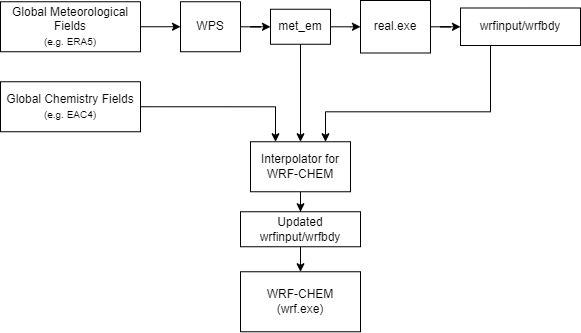
Before: workflow.drawio.png, a diagram exported from draw.io (NOA-ReACT/interpolator_for_wrfchem). Source tidied: cells renumbered, new cells last; positions are measured from the earlier drawing's top-left corner, leaving out a move shared by most shapes.
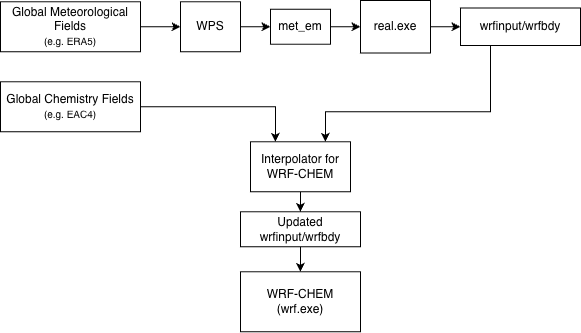
After the commit.

Commit message:
Update README to remove references to met_em

Diff of the diagram source:
```diff
@@ -23,9 +23,6 @@
     <mxCell id="8" style="edgeStyle=orthogonalEdgeStyle;rounded=0;jettySize=auto;html=1;" parent="1" edge="1" source="10" target="12">
       <mxGeometry relative="1" as="geometry" />
     </mxCell>
-    <mxCell id="9" style="edgeStyle=orthogonalEdgeStyle;rounded=0;jettySize=auto;html=1;exitX=0.5;exitY=1;exitDx=0;exitDy=0;entryX=0.5;entryY=0;entryDx=0;entryDy=0;" parent="1" edge="1" source="10" target="16">
-      <mxGeometry relative="1" as="geometry" />
-    </mxCell>
     <mxCell id="10" value="met_em" style="whiteSpace=wrap;html=1;rounded=0;" parent="1" vertex="1">
       <mxGeometry x="270" y="8.8" width="60" height="35" as="geometry" />
     </mxCell>
```
